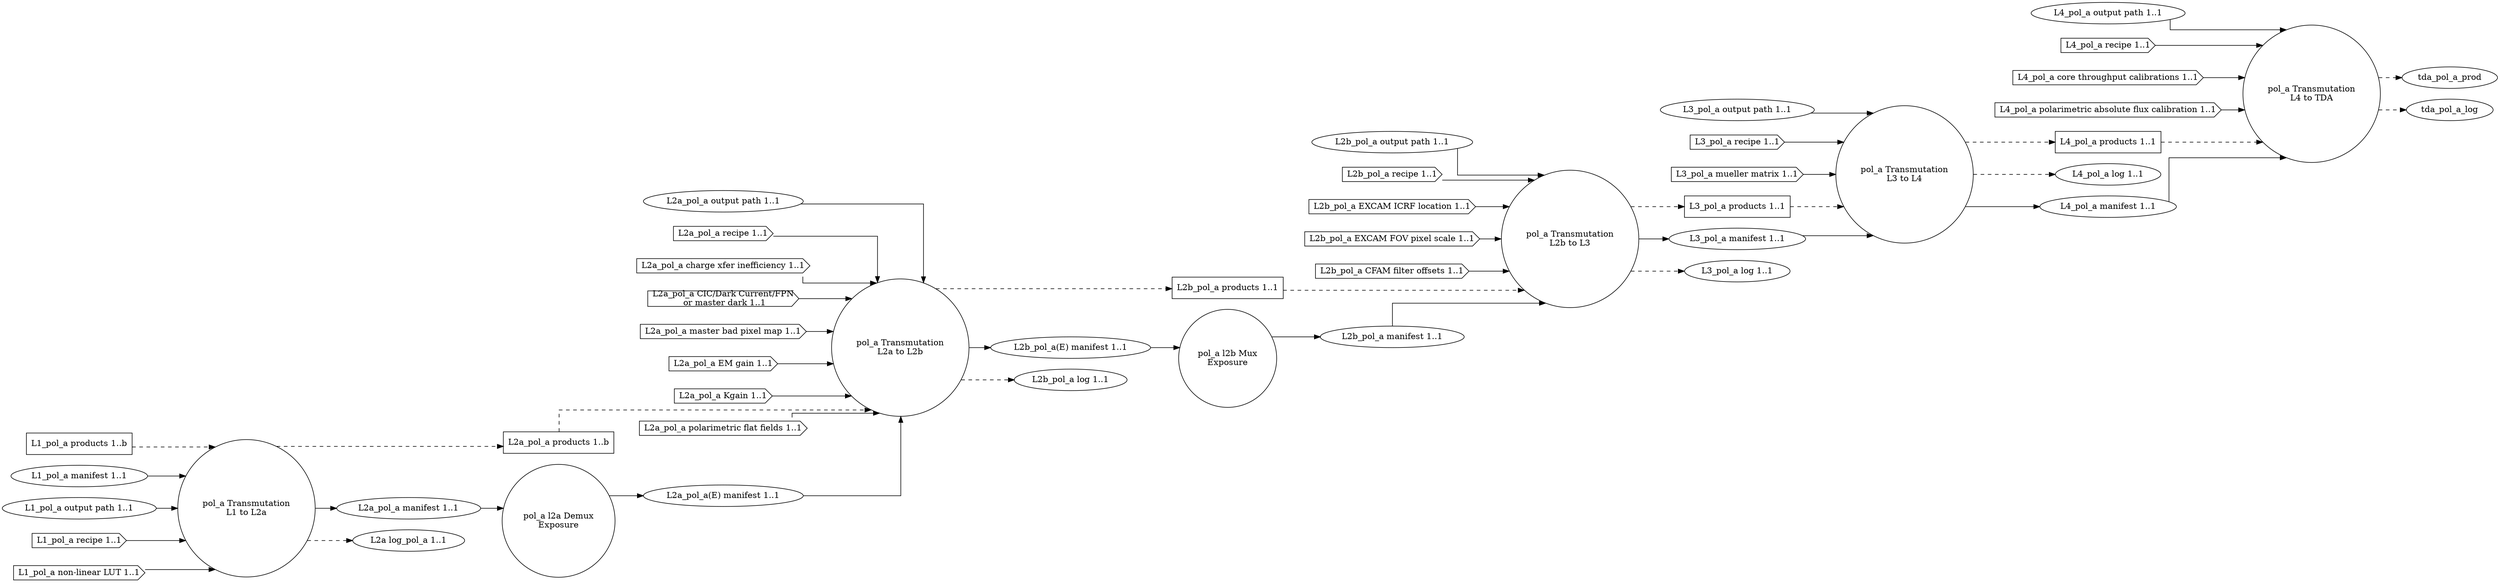
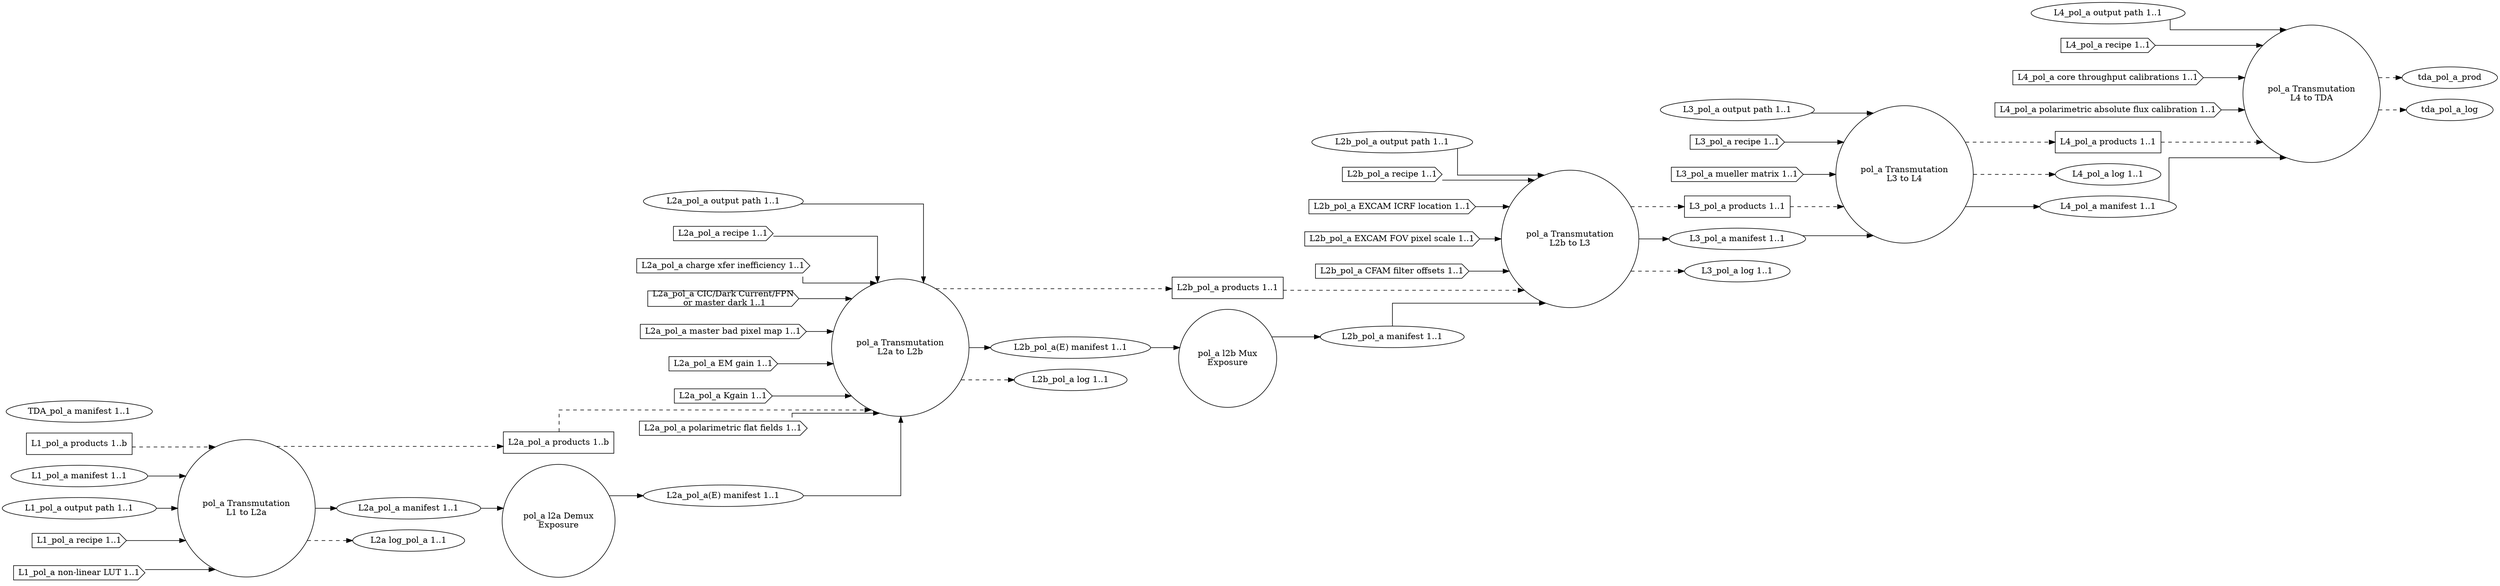
digraph PolarimetryAnalog {
graph [splines="ortho", rankdir=LR];
trans_pol_a_l1_l2a [label="pol_a Transmutation\nL1 to L2a", shape="circle", runname="l1.transmutation_pol_a", runtype="dawgie.Algorithm", fsmtype="dip.base.Runner"];
l2a_pol_a_demux [label="pol_a l2a Demux\nExposure", shape="circle", runname="l2a.demux_pol_a", runtype="dawgie.Algorithm", fsmtype="dip.clerk.impls.demux.FSM"];
trans_pol_a_l2a_l2b [label="pol_a Transmutation\nL2a to L2b", shape="circle", runname="l2a.transmutation_pol_a", runtype="dawgie.Algorithm", fsmtype="dip.base.Runner"];
l2b_pol_a_mux [label="pol_a l2b Mux\nExposure", shape="circle", runname="l2b.mux_pol_a", runtype="dawgie.Analyzer", fsmtype="dip.clerk.impls.mux.FSM"];
trans_pol_a_l2b_l3 [label="pol_a Transmutation\nL2b to L3", shape="circle", runname="l2b.transmutation_pol_a", runtype="dawgie.Algorithm", fsmtype="dip.base.Runner"];
trans_pol_a_l3_l4 [label="pol_a Transmutation\nL3 to L4", shape="circle", runname="l3.transmutation_pol_a", runtype="dawgie.Algorithm", fsmtype="dip.base.Runner"];
trans_pol_a_l4_tda [label="pol_a Transmutation\nL4 to TDA", shape="circle", runname="l4.transmutation_pol_a", runtype="dawgie.Algorithm", fsmtype="dip.base.Runner"];
l1_pol_a_prod [label="L1_pol_a products 1..b", shape="rectangle"];
l1_pol_a_man [label="L1_pol_a manifest 1..1", shape="ellipse"];
l1_pol_a_odir [label="L1_pol_a output path 1..1", shape="ellipse"];
l1_pol_a_rec [label="L1_pol_a recipe 1..1", shape="cds"];
l1_pol_a_nllut [label="L1_pol_a non-linear LUT 1..1", shape="cds"];
l2a_pol_a_prod [label="L2a_pol_a products 1..b", shape="rectangle"];
l2a_pol_a_man [label="L2a_pol_a manifest 1..1", shape="ellipse", valname="l1.transmutation_pol_a.product.manifest", valtype="dip.base.Manifest"];
l2a_pol_a_odir [label="L2a_pol_a output path 1..1", shape="ellipse"];
l2a_pol_a_rec [label="L2a_pol_a recipe 1..1", shape="cds"];
l2a_pol_a_cti [label="L2a_pol_a charge xfer inefficiency 1..1", shape="cds"];
l2a_pol_a_dnb [label="L2a_pol_a CIC/Dark Current/FPN\n or master dark 1..1", shape="cds"];
l2a_pol_a_mbpm [label="L2a_pol_a master bad pixel map 1..1", shape="cds"];
l2a_pol_a_emg [label="L2a_pol_a EM gain 1..1", shape="cds"];
l2a_pol_a_kgain [label="L2a_pol_a Kgain 1..1", shape="cds"];
l2a_pol_a_polff [label="L2a_pol_a polarimetric flat fields 1..1", shape="cds"];
l2a_pol_a_log [label="L2a log_pol_a 1..1", shape="ellipse"];
l2a_pol_a_man_demux [label="L2a_pol_a(E) manifest 1..1", shape="ellipse", valname="l2a.demux_pol_a.product.manifest", valtype="dip.base.Manifest"];
l2b_pol_a_prod [label="L2b_pol_a products 1..1", shape="rectangle"];
l2b_pol_a_man [label="L2b_pol_a manifest 1..1", shape="ellipse", valname="l2b.mux_pol_a.product.manifest", valtype="dip.base.Manifest"];
l2b_pol_a_odir [label="L2b_pol_a output path 1..1", shape="ellipse"];
l2b_pol_a_rec [label="L2b_pol_a recipe 1..1", shape="cds"];
l2b_pol_a_excicrf [label="L2b_pol_a EXCAM ICRF location 1..1", shape="cds"];
l2b_pol_a_excfovps [label="L2b_pol_a EXCAM FOV pixel scale 1..1", shape="cds"];
l2b_pol_a_cfamfo [label="L2b_pol_a CFAM filter offsets 1..1", shape="cds"];
l2b_pol_a_man_demux [label="L2b_pol_a(E) manifest 1..1", shape="ellipse", valname="l2a.transmutation_pol_a.product.manifest", valtype="dip.base.Manifest"];
l2b_pol_a_log [label="L2b_pol_a log 1..1", shape="ellipse"];
l3_pol_a_prod [label="L3_pol_a products 1..1", shape="rectangle"];
l3_pol_a_odir [label="L3_pol_a output path 1..1", shape="ellipse"];
l3_pol_a_man [label="L3_pol_a manifest 1..1", shape="ellipse", valname="l2b.transmutation_pol_a.product.manifest", valtype="dip.base.Manifest"];
l3_pol_a_rec [label="L3_pol_a recipe 1..1", shape="cds"];
l3_pol_a_mueller [label="L3_pol_a mueller matrix 1..1", shape="cds"];
l3_pol_a_log [label="L3_pol_a log 1..1", shape="ellipse"];
l4_pol_a_prod [label="L4_pol_a products 1..1", shape="rectangle"];
l4_pol_a_log [label="L4_pol_a log 1..1", shape="ellipse"];
l4_pol_a_man [label="L4_pol_a manifest 1..1", shape="ellipse", valname="l3.transmutation_pol_a.product.manifest", valtype="dip.base.Manifest"];
l4_pol_a_odir [label="L4_pol_a output path 1..1", shape="ellipse"];
l4_pol_a_rec [label="L4_pol_a recipe 1..1", shape="cds"];
l4_pol_a_ctcal [label="L4_pol_a core throughput calibrations 1..1", shape="cds"];
l4_pol_a_afcal [label="L4_pol_a polarimetric absolute flux calibration 1..1", shape="cds"];
+ tda_pol_a_man [label="TDA_pol_a manifest 1..1", shape="ellipse", valname="l4.transmutation_pol_a.product.manifest", valtype="dip.base.Manifest"];
l1_pol_a_prod -> trans_pol_a_l1_l2a [style="dashed"];
l1_pol_a_man -> trans_pol_a_l1_l2a;
l1_pol_a_odir -> trans_pol_a_l1_l2a;
l1_pol_a_rec -> trans_pol_a_l1_l2a;
l1_pol_a_nllut -> trans_pol_a_l1_l2a;
trans_pol_a_l1_l2a -> l2a_pol_a_prod [style="dashed"];
trans_pol_a_l1_l2a -> l2a_pol_a_man;
trans_pol_a_l1_l2a -> l2a_pol_a_log [style="dashed"];
l2a_pol_a_prod -> trans_pol_a_l2a_l2b [style="dashed"];
l2a_pol_a_odir -> trans_pol_a_l2a_l2b;
l2a_pol_a_rec -> trans_pol_a_l2a_l2b;
l2a_pol_a_cti -> trans_pol_a_l2a_l2b;
l2a_pol_a_dnb -> trans_pol_a_l2a_l2b;
l2a_pol_a_mbpm -> trans_pol_a_l2a_l2b;
l2a_pol_a_emg -> trans_pol_a_l2a_l2b;
l2a_pol_a_kgain -> trans_pol_a_l2a_l2b;
l2a_pol_a_polff -> trans_pol_a_l2a_l2b;
trans_pol_a_l2a_l2b -> l2b_pol_a_prod [style="dashed"];
trans_pol_a_l2a_l2b -> l2b_pol_a_man_demux;
trans_pol_a_l2a_l2b -> l2b_pol_a_log [style="dashed"];
l2a_pol_a_man -> l2a_pol_a_demux;
l2a_pol_a_demux -> l2a_pol_a_man_demux;
l2a_pol_a_man_demux -> trans_pol_a_l2a_l2b;
l2b_pol_a_man_demux -> l2b_pol_a_mux;
l2b_pol_a_mux -> l2b_pol_a_man;
l2b_pol_a_prod -> trans_pol_a_l2b_l3 [style="dashed"];
l2b_pol_a_man -> trans_pol_a_l2b_l3;
l2b_pol_a_odir -> trans_pol_a_l2b_l3;
l2b_pol_a_rec -> trans_pol_a_l2b_l3;
l2b_pol_a_excicrf -> trans_pol_a_l2b_l3;
l2b_pol_a_excfovps -> trans_pol_a_l2b_l3;
l2b_pol_a_cfamfo -> trans_pol_a_l2b_l3;
trans_pol_a_l2b_l3 -> l3_pol_a_prod [style="dashed"];
trans_pol_a_l2b_l3 -> l3_pol_a_man;
trans_pol_a_l2b_l3 -> l3_pol_a_log [style="dashed"];
l3_pol_a_prod -> trans_pol_a_l3_l4 [style="dashed"];
l3_pol_a_man -> trans_pol_a_l3_l4;
l3_pol_a_odir -> trans_pol_a_l3_l4;
l3_pol_a_rec -> trans_pol_a_l3_l4;
l3_pol_a_mueller -> trans_pol_a_l3_l4;
trans_pol_a_l3_l4 -> l4_pol_a_prod [style="dashed"];
trans_pol_a_l3_l4 -> l4_pol_a_log [style="dashed"];
trans_pol_a_l3_l4 -> l4_pol_a_man;
l4_pol_a_prod -> trans_pol_a_l4_tda [style="dashed"];
l4_pol_a_man -> trans_pol_a_l4_tda;
l4_pol_a_odir -> trans_pol_a_l4_tda;
l4_pol_a_rec -> trans_pol_a_l4_tda;
l4_pol_a_ctcal -> trans_pol_a_l4_tda;
l4_pol_a_afcal -> trans_pol_a_l4_tda;
trans_pol_a_l4_tda -> tda_pol_a_prod [style="dashed"];
trans_pol_a_l4_tda -> tda_pol_a_log [style="dashed"];
}
